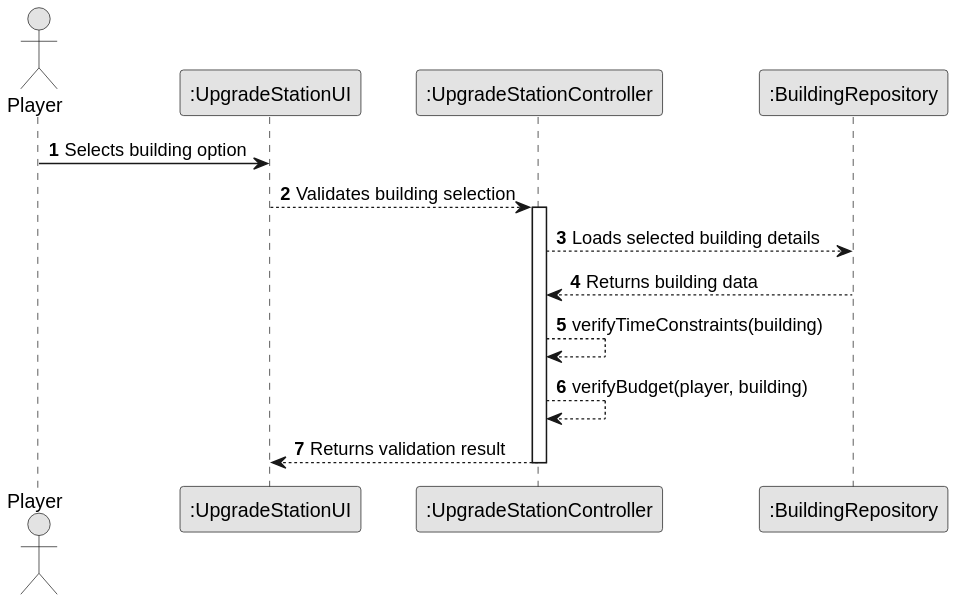
The PlantUML diagram docs/system-documentation/US006/03.design/svg/US006-SD-validateUpgrade.svg in goncalolopesp/sem2-pi-24.25-g093-repo, before a commit.
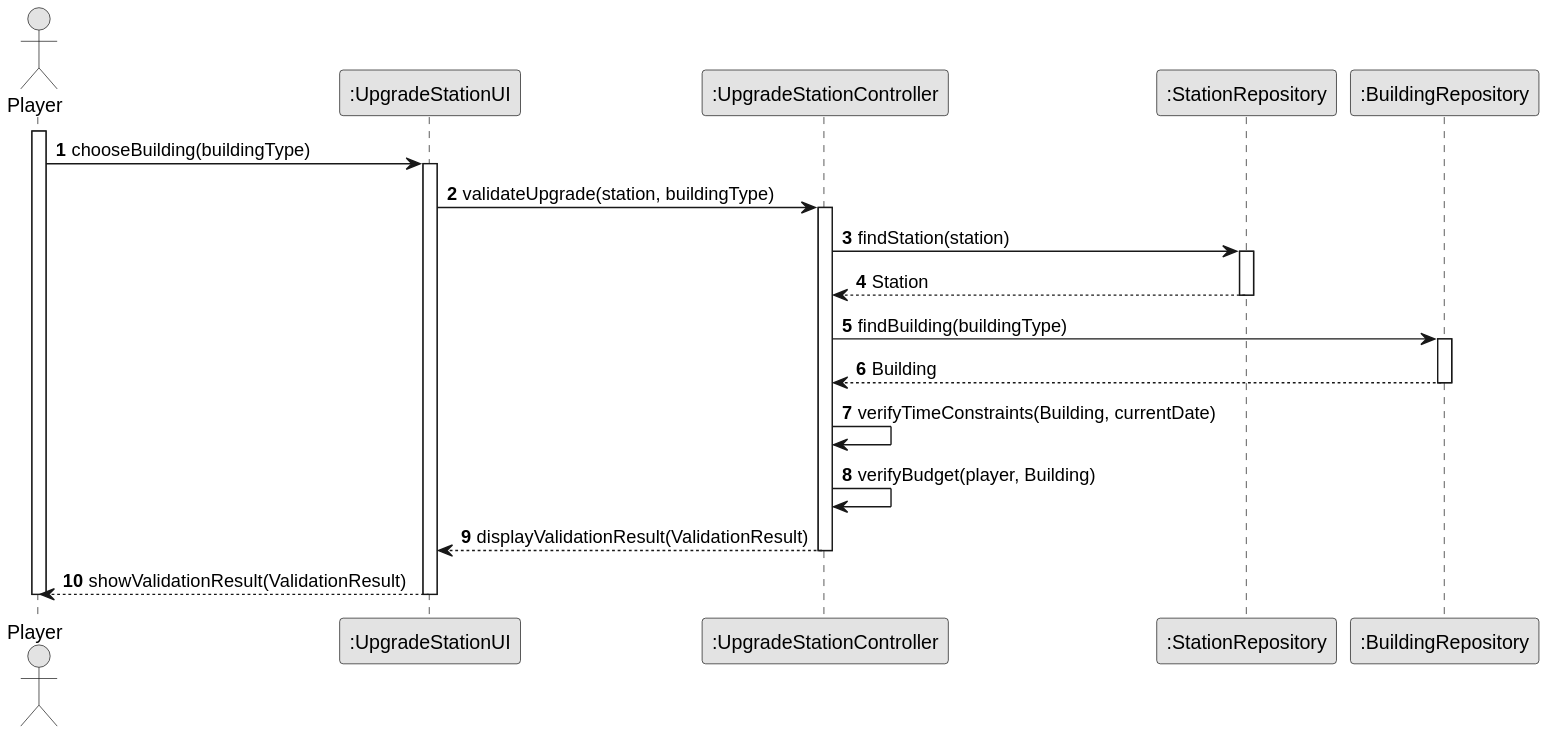
After the commit.

Diff of the diagram source:
```diff
@@ -7,15 +7,32 @@
 actor "Player" as Player
 participant ":UpgradeStationUI" as UpgradeUI
 participant ":UpgradeStationController" as Controller
+participant ":StationRepository" as StationRepo
 participant ":BuildingRepository" as BuildingRepo
 
-Player -> UpgradeUI : Selects building option
-UpgradeUI --> Controller : Validates building selection
+activate Player
+Player -> UpgradeUI: chooseBuilding(buildingType)
+activate UpgradeUI
+
+UpgradeUI -> Controller: validateUpgrade(station, buildingType)
 activate Controller
-Controller --> BuildingRepo : Loads selected building details
-BuildingRepo --> Controller : Returns building data
-Controller --> Controller : verifyTimeConstraints(building)
-Controller --> Controller : verifyBudget(player, building)
-Controller --> UpgradeUI : Returns validation result
+
+Controller -> StationRepo: findStation(station)
+activate StationRepo
+StationRepo --> Controller: Station
+deactivate StationRepo
+
+Controller -> BuildingRepo: findBuilding(buildingType)
+activate BuildingRepo
+BuildingRepo --> Controller: Building
+deactivate BuildingRepo
+
+Controller -> Controller: verifyTimeConstraints(Building, currentDate)
+Controller -> Controller: verifyBudget(player, Building)
+
+Controller --> UpgradeUI: displayValidationResult(ValidationResult)
 deactivate Controller
+UpgradeUI --> Player: showValidationResult(ValidationResult)
+deactivate UpgradeUI
+deactivate Player
 @enduml
```
